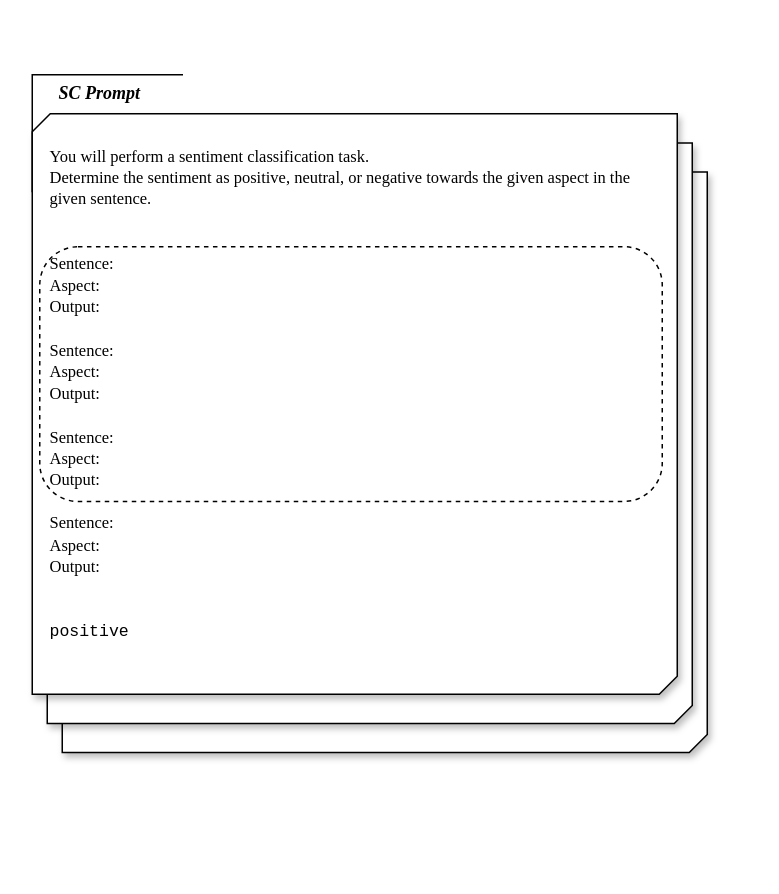
This is SC_prompt.drawio from sara-kaczmarek/LLMB4ABSC, a draw.io file, before an edit. Source tidied: cells renumbered, new cells numbered last; positions are measured from the earlier drawing's top-left corner, leaving out a move shared by most shapes. Both pictures are drawn from the tidied source at 150%, with x=0, y=0 at pixel (32, 26).
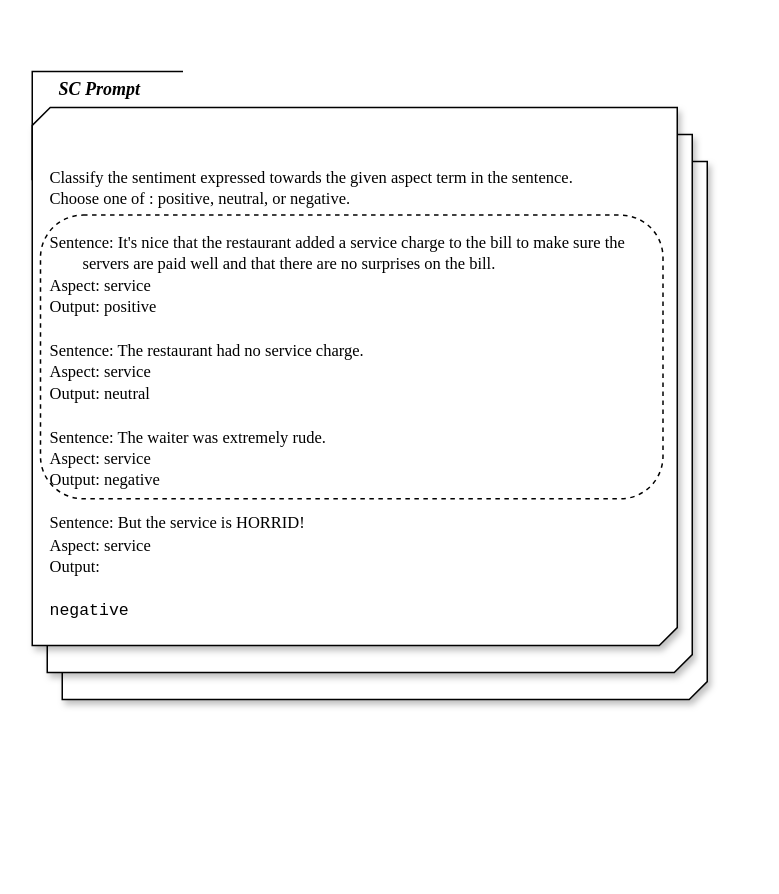
The same page after the edit.

What changed in the source:
```diff
@@
 <mxGraphModel>
   <root>
     <mxCell id="0" />
     <mxCell id="1" parent="0" />
     <mxCell id="2" style="group;" parent="1" vertex="1">
-      <mxGeometry width="480" height="562" as="geometry" />
+      <mxGeometry width="480" height="521" as="geometry" />
     </mxCell>
     <mxCell id="3" style="verticalLabelPosition=bottom;verticalAlign=top;html=1;shape=mxgraph.basic.diag_snip_rect;dx=6;whiteSpace=wrap;shadow=1;" parent="2" vertex="1">
-      <mxGeometry x="20" y="97.2" width="430" height="387" as="geometry" />
+      <mxGeometry x="20" y="90.1" width="430" height="358.8" as="geometry" />
     </mxCell>
     <mxCell id="4" style="verticalLabelPosition=bottom;verticalAlign=top;html=1;shape=mxgraph.basic.diag_snip_rect;dx=6;whiteSpace=wrap;shadow=1;" parent="2" vertex="1">
-      <mxGeometry x="10" y="77.8" width="430" height="387" as="geometry" />
+      <mxGeometry x="10" y="72.1" width="430" height="358.8" as="geometry" />
     </mxCell>
     <mxCell id="5" style="verticalLabelPosition=bottom;verticalAlign=top;html=1;shape=mxgraph.basic.diag_snip_rect;dx=6;whiteSpace=wrap;shadow=1;" parent="2" vertex="1">
-      <mxGeometry y="58.3" width="430" height="387" as="geometry" />
+      <mxGeometry y="54.1" width="430" height="358.8" as="geometry" />
     </mxCell>
     <mxCell id="6" style="shape=partialRectangle;whiteSpace=wrap;html=1;bottom=0;right=0;fillColor=none;" parent="2" vertex="1">
-      <mxGeometry y="32.4" width="100" height="77.8" as="geometry" />
+      <mxGeometry y="30.1" width="100" height="72.1" as="geometry" />
     </mxCell>
-    <mxCell id="7" value="&lt;p style=&quot;&quot;&gt;&lt;br&gt;&lt;/p&gt;&lt;div style=&quot;&quot;&gt;&lt;span style=&quot;background-color: transparent;&quot;&gt;&lt;font face=&quot;Times New Roman&quot; style=&quot;font-size: 11px; color: light-dark(rgb(0, 0, 0), rgb(255, 255, 255));&quot;&gt;You will perform a sentiment classification task.&amp;nbsp;&lt;/font&gt;&lt;/span&gt;&lt;/div&gt;&lt;div style=&quot;&quot;&gt;&lt;font face=&quot;Times New Roman&quot;&gt;&lt;span style=&quot;font-size: 11px;&quot;&gt;Determine the sentiment as positive, neutral, or negative towards the given aspect in the&amp;nbsp;&lt;/span&gt;&lt;/font&gt;&lt;/div&gt;&lt;div style=&quot;&quot;&gt;&lt;font face=&quot;Times New Roman&quot;&gt;&lt;span style=&quot;font-size: 11px;&quot;&gt;given sentence.&lt;/span&gt;&lt;/font&gt;&lt;/div&gt;&lt;div style=&quot;&quot;&gt;&lt;font face=&quot;Times New Roman&quot;&gt;&lt;span style=&quot;font-size: 11px;&quot;&gt;&lt;br&gt;&lt;/span&gt;&lt;/font&gt;&lt;/div&gt;&lt;div style=&quot;&quot;&gt;&lt;font face=&quot;Times New Roman&quot;&gt;&lt;span style=&quot;font-size: 11px;&quot;&gt;&lt;br&gt;&lt;/span&gt;&lt;/font&gt;&lt;/div&gt;&lt;div style=&quot;&quot;&gt;&lt;font face=&quot;Times New Roman&quot;&gt;&lt;span style=&quot;font-size: 11px;&quot;&gt;Sentence:&amp;nbsp;&lt;/span&gt;&lt;/font&gt;&lt;/div&gt;&lt;div style=&quot;&quot;&gt;&lt;font face=&quot;Times New Roman&quot;&gt;&lt;span style=&quot;font-size: 11px;&quot;&gt;Aspect:&lt;/span&gt;&lt;/font&gt;&lt;/div&gt;&lt;div style=&quot;&quot;&gt;&lt;font face=&quot;Times New Roman&quot;&gt;&lt;span style=&quot;font-size: 11px;&quot;&gt;Output:&lt;/span&gt;&lt;/font&gt;&lt;/div&gt;&lt;div style=&quot;&quot;&gt;&lt;font face=&quot;Times New Roman&quot;&gt;&lt;span style=&quot;font-size: 11px;&quot;&gt;&lt;br&gt;&lt;/span&gt;&lt;/font&gt;&lt;/div&gt;&lt;div style=&quot;&quot;&gt;&lt;div&gt;&lt;font face=&quot;Times New Roman&quot;&gt;&lt;span style=&quot;font-size: 11px;&quot;&gt;Sentence:&amp;nbsp;&lt;/span&gt;&lt;/font&gt;&lt;/div&gt;&lt;div&gt;&lt;font face=&quot;Times New Roman&quot;&gt;&lt;span style=&quot;font-size: 11px;&quot;&gt;Aspect:&lt;/span&gt;&lt;/font&gt;&lt;/div&gt;&lt;div&gt;&lt;font face=&quot;Times New Roman&quot;&gt;&lt;span style=&quot;font-size: 11px;&quot;&gt;Output:&lt;/span&gt;&lt;/font&gt;&lt;/div&gt;&lt;div&gt;&lt;font face=&quot;Times New Roman&quot;&gt;&lt;span style=&quot;font-size: 11px;&quot;&gt;&lt;br&gt;&lt;/span&gt;&lt;/font&gt;&lt;/div&gt;&lt;div&gt;&lt;div&gt;&lt;font face=&quot;Times New Roman&quot;&gt;&lt;span style=&quot;font-size: 11px;&quot;&gt;Sentence:&amp;nbsp;&lt;/span&gt;&lt;/font&gt;&lt;/div&gt;&lt;div&gt;&lt;font face=&quot;Times New Roman&quot;&gt;&lt;span style=&quot;font-size: 11px;&quot;&gt;Aspect:&lt;/span&gt;&lt;/font&gt;&lt;/div&gt;&lt;/div&gt;&lt;div&gt;&lt;font face=&quot;Times New Roman&quot;&gt;&lt;span style=&quot;font-size: 11px;&quot;&gt;Output:&lt;/span&gt;&lt;/font&gt;&lt;/div&gt;&lt;div&gt;&lt;font face=&quot;Times New Roman&quot;&gt;&lt;span style=&quot;font-size: 11px;&quot;&gt;&lt;br&gt;&lt;/span&gt;&lt;/font&gt;&lt;/div&gt;&lt;div&gt;&lt;div&gt;&lt;font face=&quot;Times New Roman&quot;&gt;&lt;span style=&quot;font-size: 11px;&quot;&gt;Sentence:&amp;nbsp;&lt;/span&gt;&lt;/font&gt;&lt;/div&gt;&lt;div&gt;&lt;font face=&quot;Times New Roman&quot;&gt;&lt;span style=&quot;font-size: 11px;&quot;&gt;Aspect:&lt;/span&gt;&lt;/font&gt;&lt;/div&gt;&lt;/div&gt;&lt;/div&gt;&lt;div style=&quot;&quot;&gt;&lt;font face=&quot;Times New Roman&quot;&gt;&lt;span style=&quot;font-size: 11px;&quot;&gt;Output:&lt;/span&gt;&lt;/font&gt;&lt;/div&gt;&lt;div style=&quot;&quot;&gt;&lt;font face=&quot;Times New Roman&quot;&gt;&lt;span style=&quot;font-size: 11px;&quot;&gt;&lt;br&gt;&lt;/span&gt;&lt;/font&gt;&lt;/div&gt;&lt;div&gt;&lt;br&gt;&lt;/div&gt;&lt;div&gt;&lt;font style=&quot;color: light-dark(rgb(0, 0, 0), rgb(255, 255, 255));&quot; face=&quot;Courier New&quot;&gt;&lt;font style=&quot;font-size: 11px;&quot;&gt;positive&lt;/font&gt;&lt;br&gt;&lt;/font&gt;&lt;div&gt;&lt;br&gt;&lt;/div&gt;&lt;/div&gt;" style="text;html=1;align=left;verticalAlign=middle;strokeColor=none;fillColor=none;shadow=1;" parent="2" vertex="1">
-      <mxGeometry x="10" y="33" width="410" height="400" as="geometry" />
+    <mxCell id="7" value="&lt;p style=&quot;&quot;&gt;&lt;br&gt;&lt;/p&gt;&lt;div style=&quot;&quot;&gt;&lt;span style=&quot;background-color: transparent;&quot;&gt;&lt;font face=&quot;Times New Roman&quot; style=&quot;font-size: 11px; color: light-dark(rgb(0, 0, 0), rgb(255, 255, 255));&quot;&gt;Classify the sentiment expressed towards the given aspect term in the sentence.&amp;nbsp;&lt;/font&gt;&lt;/span&gt;&lt;/div&gt;&lt;div style=&quot;&quot;&gt;&lt;span style=&quot;background-color: transparent;&quot;&gt;&lt;font face=&quot;Times New Roman&quot; style=&quot;font-size: 11px; color: light-dark(rgb(0, 0, 0), rgb(255, 255, 255));&quot;&gt;Choose one of : positive, neutral, or negative.&amp;nbsp;&lt;/font&gt;&lt;/span&gt;&lt;/div&gt;&lt;div style=&quot;&quot;&gt;&lt;font face=&quot;Times New Roman&quot;&gt;&lt;span style=&quot;font-size: 11px;&quot;&gt;&lt;br&gt;&lt;/span&gt;&lt;/font&gt;&lt;/div&gt;&lt;div style=&quot;&quot;&gt;&lt;font face=&quot;Times New Roman&quot;&gt;&lt;span style=&quot;font-size: 11px;&quot;&gt;Sentence: It's nice that the restaurant added a service charge to the bill to make sure the&amp;nbsp;&lt;/span&gt;&lt;/font&gt;&lt;/div&gt;&lt;div style=&quot;&quot;&gt;&lt;font face=&quot;Times New Roman&quot;&gt;&lt;span style=&quot;font-size: 11px;&quot;&gt;&lt;span style=&quot;white-space: pre;&quot;&gt;&#9;&lt;/span&gt;servers are paid well and that there are no surprises on the bill.&lt;br&gt;&lt;/span&gt;&lt;/font&gt;&lt;/div&gt;&lt;div style=&quot;&quot;&gt;&lt;font face=&quot;Times New Roman&quot;&gt;&lt;span style=&quot;font-size: 11px;&quot;&gt;Aspect: service&amp;nbsp;&lt;/span&gt;&lt;/font&gt;&lt;/div&gt;&lt;div style=&quot;&quot;&gt;&lt;font face=&quot;Times New Roman&quot;&gt;&lt;span style=&quot;font-size: 11px;&quot;&gt;Output: positive&lt;/span&gt;&lt;/font&gt;&lt;/div&gt;&lt;div style=&quot;&quot;&gt;&lt;font face=&quot;Times New Roman&quot;&gt;&lt;span style=&quot;font-size: 11px;&quot;&gt;&lt;br&gt;&lt;/span&gt;&lt;/font&gt;&lt;/div&gt;&lt;div style=&quot;&quot;&gt;&lt;div&gt;&lt;font face=&quot;Times New Roman&quot;&gt;&lt;span style=&quot;font-size: 11px;&quot;&gt;Sentence: The restaurant had no service charge.&amp;nbsp;&lt;/span&gt;&lt;/font&gt;&lt;/div&gt;&lt;div&gt;&lt;font face=&quot;Times New Roman&quot;&gt;&lt;span style=&quot;font-size: 11px;&quot;&gt;Aspect: service&lt;/span&gt;&lt;/font&gt;&lt;/div&gt;&lt;div&gt;&lt;font face=&quot;Times New Roman&quot;&gt;&lt;span style=&quot;font-size: 11px;&quot;&gt;Output: neutral&lt;/span&gt;&lt;/font&gt;&lt;/div&gt;&lt;div&gt;&lt;font face=&quot;Times New Roman&quot;&gt;&lt;span style=&quot;font-size: 11px;&quot;&gt;&lt;br&gt;&lt;/span&gt;&lt;/font&gt;&lt;/div&gt;&lt;div&gt;&lt;div&gt;&lt;font face=&quot;Times New Roman&quot;&gt;&lt;span style=&quot;font-size: 11px;&quot;&gt;Sentence: The waiter was extremely rude.&amp;nbsp;&lt;/span&gt;&lt;/font&gt;&lt;/div&gt;&lt;div&gt;&lt;font face=&quot;Times New Roman&quot;&gt;&lt;span style=&quot;font-size: 11px;&quot;&gt;Aspect: service&lt;/span&gt;&lt;/font&gt;&lt;/div&gt;&lt;/div&gt;&lt;div&gt;&lt;font face=&quot;Times New Roman&quot;&gt;&lt;span style=&quot;font-size: 11px;&quot;&gt;Output: negative&lt;/span&gt;&lt;/font&gt;&lt;/div&gt;&lt;div&gt;&lt;font face=&quot;Times New Roman&quot;&gt;&lt;span style=&quot;font-size: 11px;&quot;&gt;&lt;br&gt;&lt;/span&gt;&lt;/font&gt;&lt;/div&gt;&lt;div&gt;&lt;div&gt;&lt;font face=&quot;Times New Roman&quot;&gt;&lt;span style=&quot;font-size: 11px;&quot;&gt;Sentence: But the service is HORRID!&lt;/span&gt;&lt;/font&gt;&lt;/div&gt;&lt;div&gt;&lt;font face=&quot;Times New Roman&quot;&gt;&lt;span style=&quot;font-size: 11px;&quot;&gt;Aspect: service&lt;/span&gt;&lt;/font&gt;&lt;/div&gt;&lt;/div&gt;&lt;/div&gt;&lt;div style=&quot;&quot;&gt;&lt;font face=&quot;Times New Roman&quot;&gt;&lt;span style=&quot;font-size: 11px;&quot;&gt;Output:&lt;/span&gt;&lt;/font&gt;&lt;/div&gt;&lt;div&gt;&lt;br&gt;&lt;/div&gt;&lt;div&gt;&lt;font style=&quot;color: light-dark(rgb(0, 0, 0), rgb(255, 255, 255));&quot; face=&quot;Courier New&quot;&gt;&lt;font style=&quot;font-size: 11px;&quot;&gt;negative&lt;/font&gt;&lt;br&gt;&lt;/font&gt;&lt;div&gt;&lt;br&gt;&lt;/div&gt;&lt;/div&gt;" style="text;html=1;align=left;verticalAlign=middle;strokeColor=none;fillColor=none;shadow=1;" parent="2" vertex="1">
+      <mxGeometry x="10" y="47.5" width="410" height="370" as="geometry" />
     </mxCell>
     <mxCell id="8" value="&lt;b&gt;&lt;i&gt;&lt;font face=&quot;Times New Roman&quot;&gt;SC Prompt&lt;/font&gt;&lt;/i&gt;&lt;/b&gt;" style="text;strokeColor=none;align=left;fillColor=none;html=1;verticalAlign=middle;whiteSpace=wrap;rounded=0;" parent="2" vertex="1">
-      <mxGeometry x="16" y="28.1" width="99" height="34.6" as="geometry" />
+      <mxGeometry x="16" y="26" width="99" height="32.1" as="geometry" />
     </mxCell>
     <mxCell id="9" style="rounded=1;whiteSpace=wrap;html=1;dashed=1;fillColor=none;" parent="2" vertex="1">
-      <mxGeometry x="5" y="147" width="415" height="169.8" as="geometry" />
+      <mxGeometry x="5.5" y="125.9" width="415" height="189.1" as="geometry" />
     </mxCell>
   </root>
 </mxGraphModel>
```
